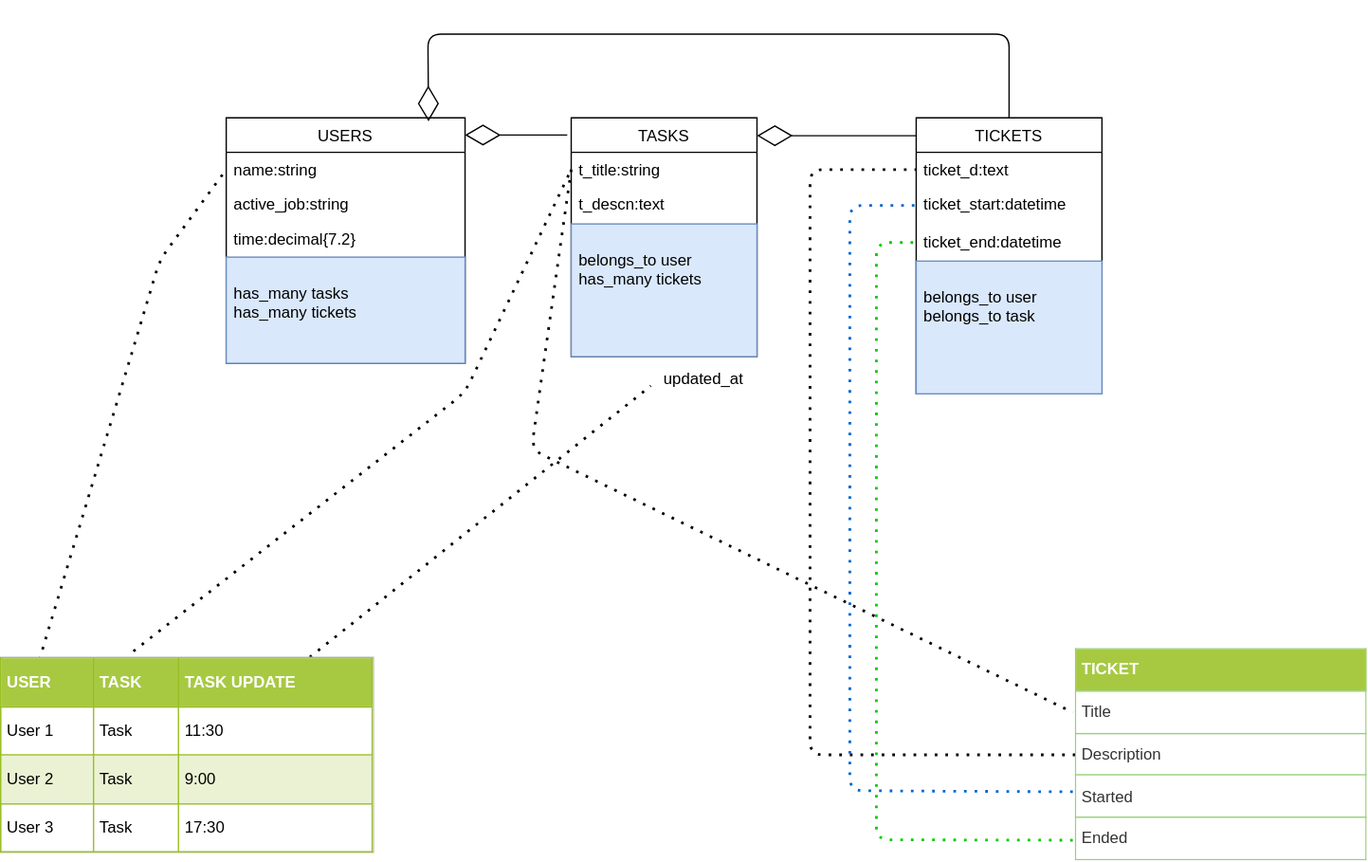
Above: Copy of MyApp_old.svg in Roru-cmd/Myapp (draw.io), before the change. Source tidied: cells renumbered, new cells last; positions are measured from the earlier drawing's top-left corner, leaving out a move shared by most shapes.
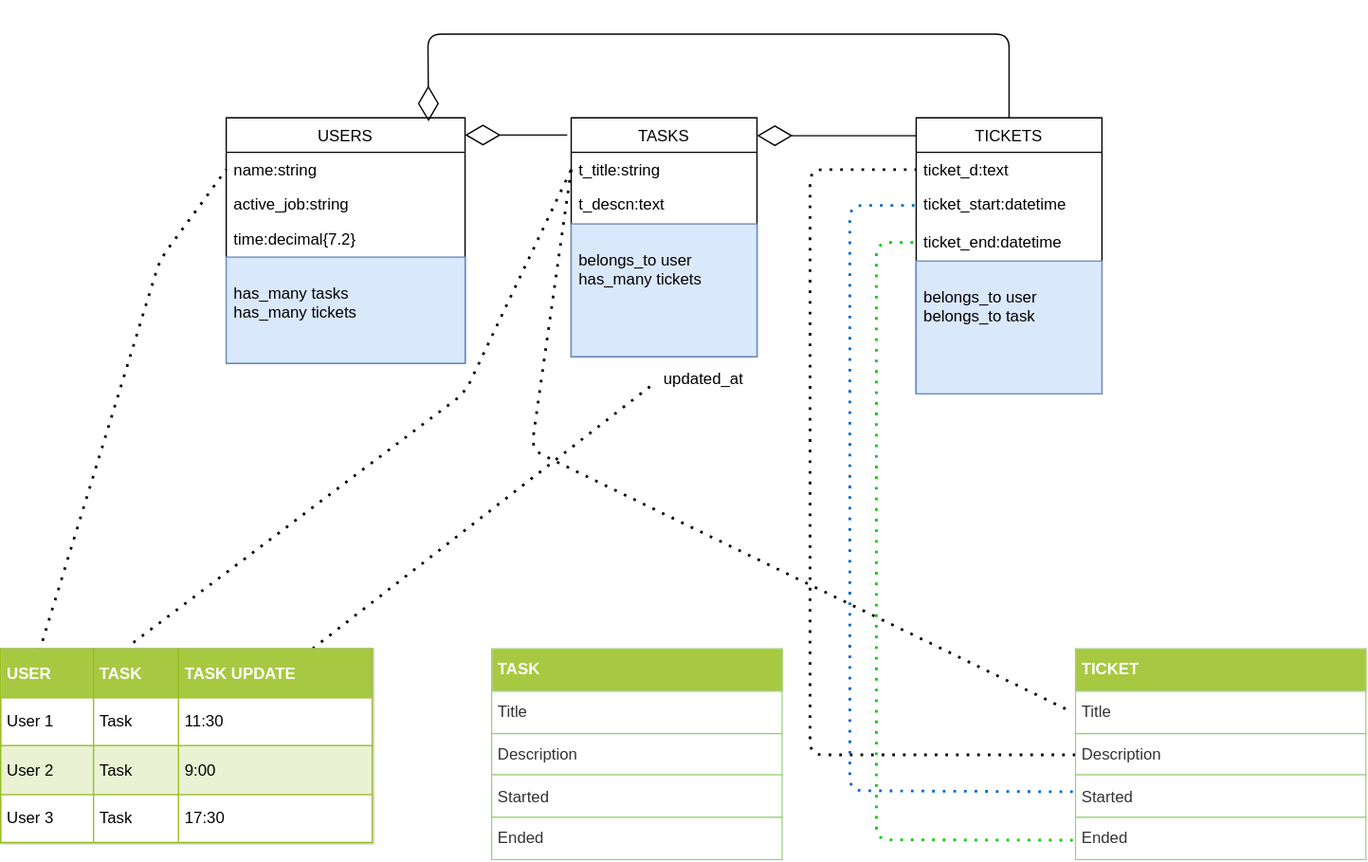
Above is the later version.

The edit, as a diff of the source:
```diff
@@ -101,7 +101,7 @@
       <mxGeometry x="200" y="353" as="geometry" />
     </mxCell>
     <mxCell id="25" value="&lt;table border=&quot;1&quot; width=&quot;100%&quot; cellpadding=&quot;4&quot; style=&quot;width: 100% ; height: 100% ; border-collapse: collapse&quot;&gt;&lt;tbody&gt;&lt;tr style=&quot;background-color: #a7c942 ; color: #ffffff ; border: 1px solid #98bf21&quot;&gt;&lt;th align=&quot;left&quot;&gt;USER&lt;/th&gt;&lt;th align=&quot;left&quot;&gt;TASK&lt;/th&gt;&lt;th align=&quot;left&quot;&gt;TASK UPDATE&lt;/th&gt;&lt;/tr&gt;&lt;tr style=&quot;border: 1px solid #98bf21&quot;&gt;&lt;td&gt;User 1&lt;/td&gt;&lt;td&gt;Task&amp;nbsp;&lt;/td&gt;&lt;td&gt;11:30&lt;/td&gt;&lt;/tr&gt;&lt;tr style=&quot;background-color: #eaf2d3 ; border: 1px solid #98bf21&quot;&gt;&lt;td&gt;User 2&lt;/td&gt;&lt;td&gt;Task&lt;/td&gt;&lt;td&gt;9:00&lt;/td&gt;&lt;/tr&gt;&lt;tr style=&quot;border: 1px solid #98bf21&quot;&gt;&lt;td&gt;User 3&lt;/td&gt;&lt;td&gt;Task&lt;/td&gt;&lt;td&gt;17:30&lt;/td&gt;&lt;/tr&gt;&lt;/tbody&gt;&lt;/table&gt;" style="text;html=1;strokeColor=#c0c0c0;fillColor=#ffffff;overflow=fill;rounded=0;" parent="1" vertex="1">
-      <mxGeometry y="469.5" width="281" height="147" as="geometry" />
+      <mxGeometry y="463" width="281" height="147" as="geometry" />
     </mxCell>
     <mxCell id="26" style="endArrow=none;dashed=1;html=1;dashPattern=1 3;strokeWidth=2;entryX=0;entryY=0.5;entryDx=0;entryDy=0;exitX=0.356;exitY=-0.031;exitDx=0;exitDy=0;exitPerimeter=0;" parent="1" edge="1" source="25" target="8">
       <mxGeometry x="200" y="353" as="geometry">
@@ -129,5 +129,8 @@
         </Array>
       </mxGeometry>
     </mxCell>
+    <mxCell id="30" value="&lt;table border=&quot;1&quot; width=&quot;100%&quot; cellpadding=&quot;4&quot; style=&quot;width: 100% ; height: 100% ; border-collapse: collapse ; border: 1px solid rgb(151 , 208 , 119)&quot;&gt;&lt;tbody&gt;&lt;tr style=&quot;background-color: rgb(167 , 201 , 66) ; color: rgb(255 , 255 , 255)&quot;&gt;&lt;th align=&quot;left&quot;&gt;TASK&lt;/th&gt;&lt;/tr&gt;&lt;tr&gt;&lt;td&gt;Title&lt;/td&gt;&lt;/tr&gt;&lt;tr&gt;&lt;td&gt;Description&lt;/td&gt;&lt;/tr&gt;&lt;tr&gt;&lt;td&gt;Started&amp;nbsp;&lt;/td&gt;&lt;/tr&gt;&lt;tr&gt;&lt;td&gt;Ended&lt;/td&gt;&lt;/tr&gt;&lt;/tbody&gt;&lt;/table&gt;" style="text;html=1;overflow=fill;rounded=0;fontColor=#333333;" parent="1" vertex="1">
+      <mxGeometry x="370" y="463" width="220" height="160" as="geometry" />
+    </mxCell>
   </root>
 </mxGraphModel>
```
